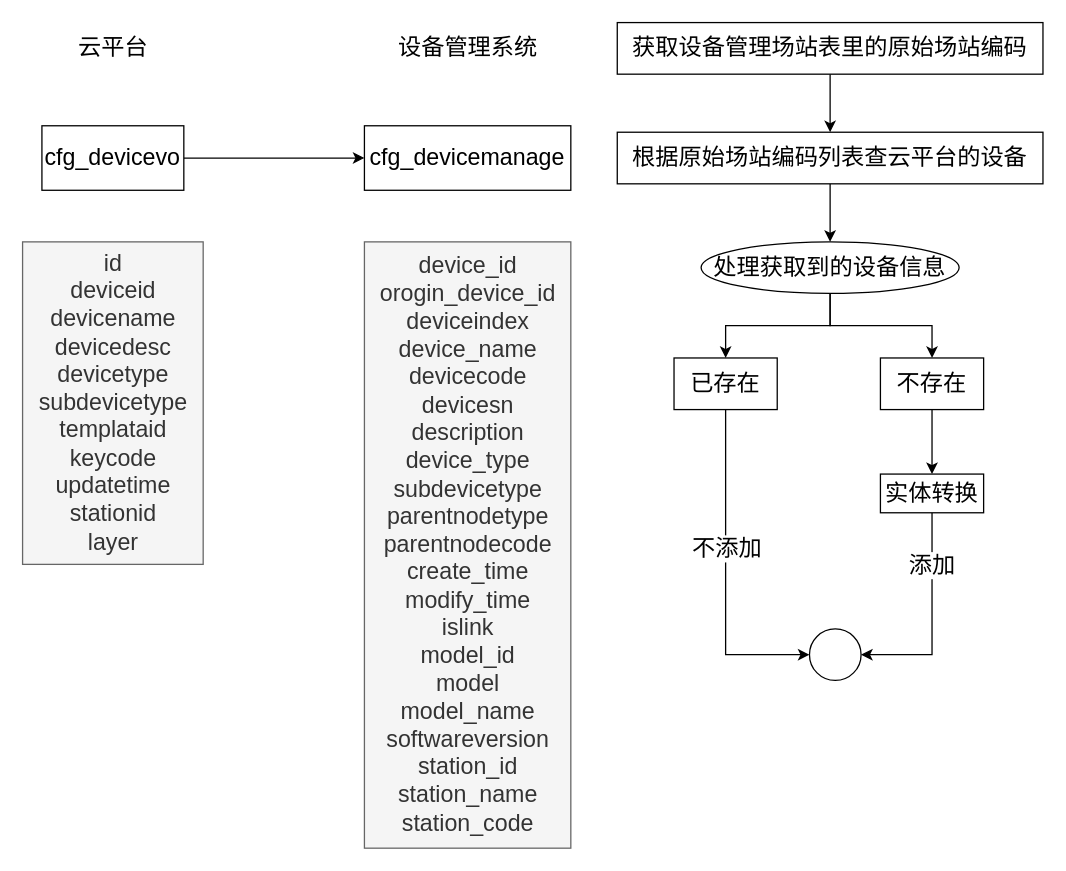
Above: 2022.11/云平台设备转换.drawio in MxdGff/ImageStorge (draw.io), before the change. Source tidied: cells renumbered, new cells numbered last; positions are measured from the earlier drawing's top-left corner, leaving out a move shared by most shapes. Both pictures are drawn from the tidied source at 129%, with x=0, y=0 at pixel (22, 22).
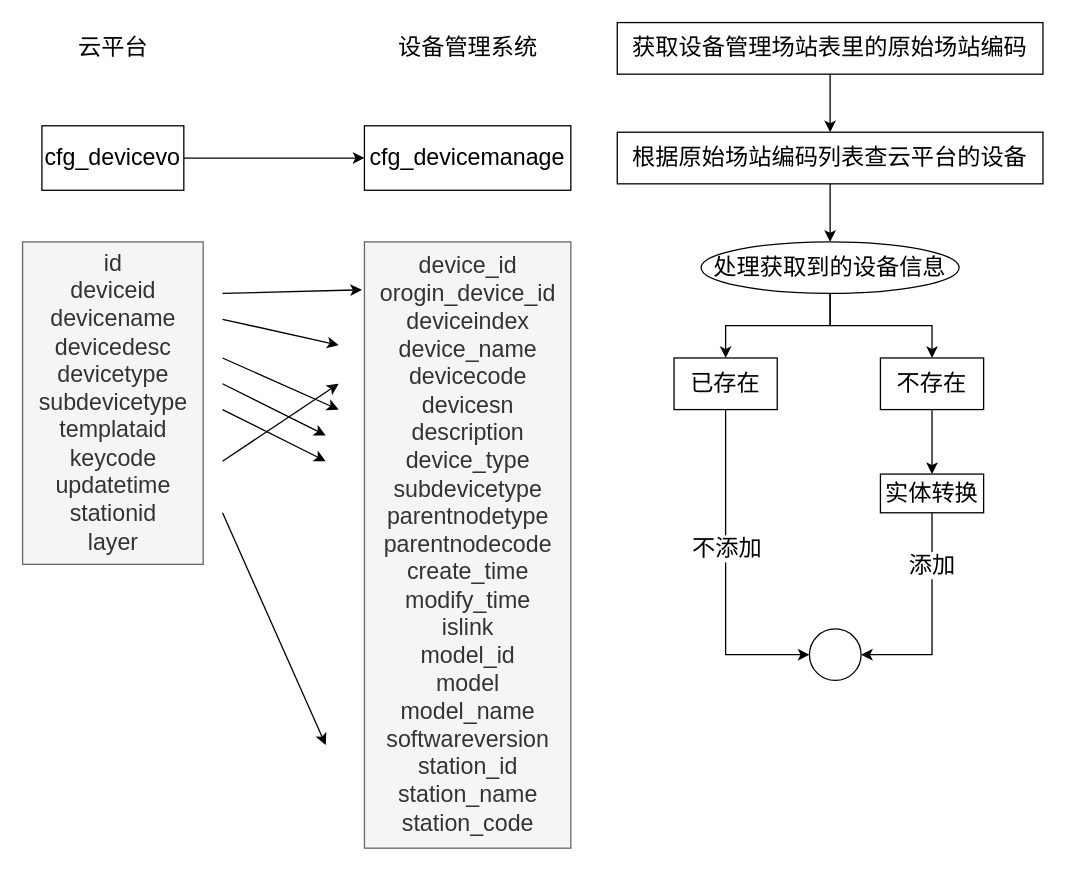
Above is the later version.

Commit message:
更新云平台设备转换.drawio

Unchanged cells that the change refers to:
```xml
<mxCell id="8" value="device_id&lt;br&gt;orogin_device_id&lt;br&gt;deviceindex&lt;br&gt;device_name&lt;br&gt;devicecode&lt;br&gt;devicesn&lt;br&gt;description&lt;br&gt;device_type&lt;br&gt;subdevicetype&lt;br&gt;parentnodetype&lt;br&gt;parentnodecode&lt;br&gt;create_time&lt;br&gt;modify_time&lt;br&gt;islink&lt;br&gt;model_id&lt;br&gt;model&lt;br&gt;model_name&lt;br&gt;softwareversion&lt;br&gt;station_id&lt;br&gt;station_name&lt;br&gt;station_code" style="text;html=1;align=center;verticalAlign=middle;points=[];strokeColor=#666666;fillColor=#f5f5f5;fontSize=18;fontColor=#333333;" parent="1" vertex="1">
  <mxGeometry x="265" y="170" width="160" height="470" as="geometry" />
</mxCell>
```

The edit, as a diff of the source:
```diff
@@
+    <mxCell id="25" style="endArrow=classic;html=1;rounded=0;entryX=-0.012;entryY=0.079;entryDx=0;entryDy=0;entryPerimeter=0;" parent="1" edge="1" target="8">
+      <mxGeometry relative="1" as="geometry">
+        <mxPoint x="155" y="210" as="sourcePoint" />
+      </mxGeometry>
+    </mxCell>
+    <mxCell id="26" style="endArrow=classic;html=1;rounded=0;" parent="1" edge="1">
+      <mxGeometry relative="1" as="geometry">
+        <mxPoint x="155" y="230" as="sourcePoint" />
+        <mxPoint x="245" y="250" as="targetPoint" />
+      </mxGeometry>
+    </mxCell>
+    <mxCell id="27" style="endArrow=classic;html=1;rounded=0;" parent="1" edge="1">
+      <mxGeometry relative="1" as="geometry">
+        <mxPoint x="155" y="260" as="sourcePoint" />
+        <mxPoint x="245" y="300" as="targetPoint" />
+      </mxGeometry>
+    </mxCell>
+    <mxCell id="28" style="endArrow=classic;html=1;rounded=0;" parent="1" edge="1">
+      <mxGeometry relative="1" as="geometry">
+        <mxPoint x="155" y="280" as="sourcePoint" />
+        <mxPoint x="235" y="320" as="targetPoint" />
+      </mxGeometry>
+    </mxCell>
+    <mxCell id="29" style="endArrow=classic;html=1;rounded=0;" parent="1" edge="1">
+      <mxGeometry relative="1" as="geometry">
+        <mxPoint x="155" y="300" as="sourcePoint" />
+        <mxPoint x="235" y="340" as="targetPoint" />
+      </mxGeometry>
+    </mxCell>
+    <mxCell id="30" style="endArrow=classic;html=1;rounded=0;" parent="1" edge="1">
+      <mxGeometry relative="1" as="geometry">
+        <mxPoint x="155" y="340" as="sourcePoint" />
+        <mxPoint x="245" y="280" as="targetPoint" />
+      </mxGeometry>
+    </mxCell>
+    <mxCell id="31" style="endArrow=classic;html=1;rounded=0;" parent="1" edge="1">
+      <mxGeometry relative="1" as="geometry">
+        <mxPoint x="155" y="380" as="sourcePoint" />
+        <mxPoint x="235" y="560" as="targetPoint" />
+      </mxGeometry>
+    </mxCell>
```
